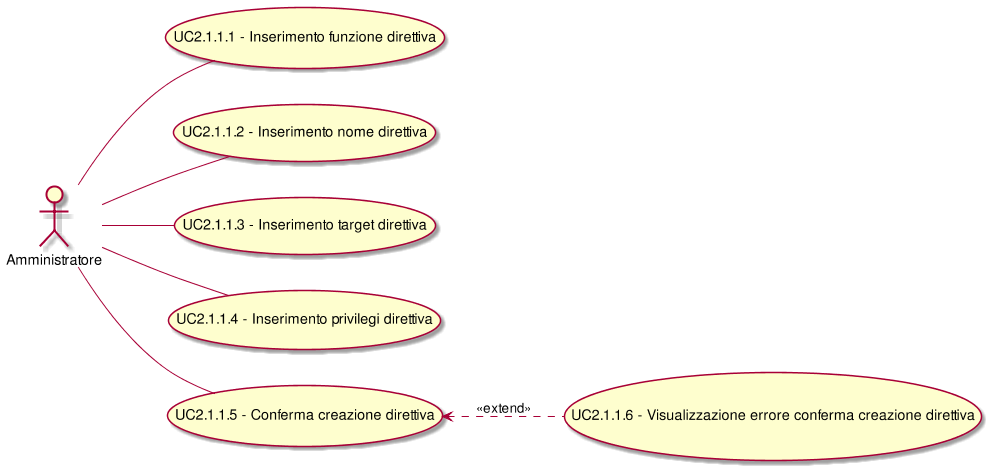
The PlantUML diagram RP/Esterni/AnalisiDeiRequisiti/images/UseCaseUC211.png in CoCodeSWE/Docs, before a commit. The source it was exported from:
```plantuml
@startuml
scale 1000*1000
left to right direction
(UC2.1.1.5) <.. (UC2.1.1.6): <<extend>>
( UC2.1.1.1 - Inserimento funzione direttiva ) as (UC2.1.1.1)
:Amministratore:--(UC2.1.1.1)
( UC2.1.1.2 - Inserimento nome direttiva ) as (UC2.1.1.2)
:Amministratore:--(UC2.1.1.2)
( UC2.1.1.3 - Inserimento target direttiva ) as (UC2.1.1.3)
:Amministratore:--(UC2.1.1.3)
( UC2.1.1.4 - Inserimento privilegi direttiva ) as (UC2.1.1.4)
:Amministratore:--(UC2.1.1.4)
( UC2.1.1.5 - Conferma creazione direttiva ) as (UC2.1.1.5)
:Amministratore:--(UC2.1.1.5)
( UC2.1.1.6 - Visualizzazione errore conferma creazione direttiva ) as (UC2.1.1.6)
@enduml
```
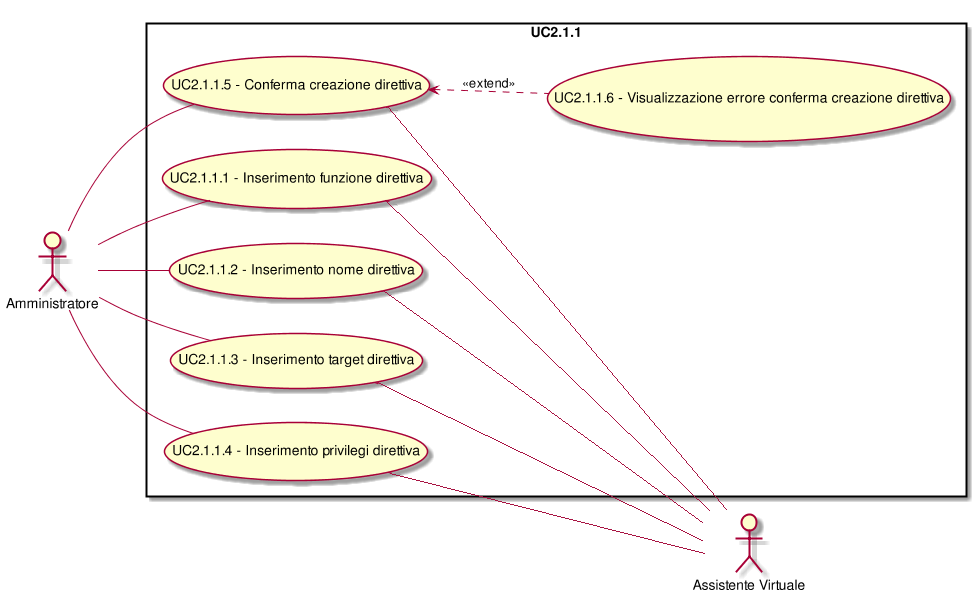
The same diagram one commit later.

Diff of the diagram source:
```diff
@@ -1,16 +1,32 @@
 @startuml
 scale 1000*1000
 left to right direction
+skinparam packageStyle rect
+:Amministratore:
+:Assistente Virtuale:
+rectangle UC2.1.1{
 (UC2.1.1.5) <.. (UC2.1.1.6): <<extend>>
 ( UC2.1.1.1 - Inserimento funzione direttiva ) as (UC2.1.1.1)
 :Amministratore:--(UC2.1.1.1)
+( UC2.1.1.1 - Inserimento funzione direttiva ) as (UC2.1.1.1)
+(UC2.1.1.1)--:Assistente Virtuale:
 ( UC2.1.1.2 - Inserimento nome direttiva ) as (UC2.1.1.2)
 :Amministratore:--(UC2.1.1.2)
+( UC2.1.1.2 - Inserimento nome direttiva ) as (UC2.1.1.2)
+(UC2.1.1.2)--:Assistente Virtuale:
 ( UC2.1.1.3 - Inserimento target direttiva ) as (UC2.1.1.3)
 :Amministratore:--(UC2.1.1.3)
+( UC2.1.1.3 - Inserimento target direttiva ) as (UC2.1.1.3)
+(UC2.1.1.3)--:Assistente Virtuale:
 ( UC2.1.1.4 - Inserimento privilegi direttiva ) as (UC2.1.1.4)
 :Amministratore:--(UC2.1.1.4)
+( UC2.1.1.4 - Inserimento privilegi direttiva ) as (UC2.1.1.4)
+(UC2.1.1.4)--:Assistente Virtuale:
 ( UC2.1.1.5 - Conferma creazione direttiva ) as (UC2.1.1.5)
 :Amministratore:--(UC2.1.1.5)
+( UC2.1.1.5 - Conferma creazione direttiva ) as (UC2.1.1.5)
+(UC2.1.1.5)--:Assistente Virtuale:
 ( UC2.1.1.6 - Visualizzazione errore conferma creazione direttiva ) as (UC2.1.1.6)
+( UC2.1.1.6 - Visualizzazione errore conferma creazione direttiva ) as (UC2.1.1.6)
+}
 @enduml
```
